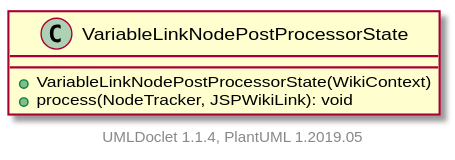
This is apidocs/2.11.0.M7-SNAPSHOT/org/apache/wiki/markdown/extensions/jspwikilinks/postprocessor/VariableLinkNodePostProcessorState.svg from apache/jspwiki-site, a PlantUML export, as it was before one commit.
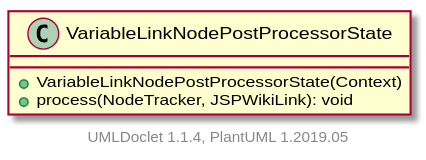
After the commit.

What changed in the source:
```diff
@@ -1,7 +1,7 @@
 @startuml
 
     class VariableLinkNodePostProcessorState [[VariableLinkNodePostProcessorState.html]] {
-        +VariableLinkNodePostProcessorState(WikiContext)
+        +VariableLinkNodePostProcessorState(Context)
         +process(NodeTracker, JSPWikiLink): void
     }
 
```
